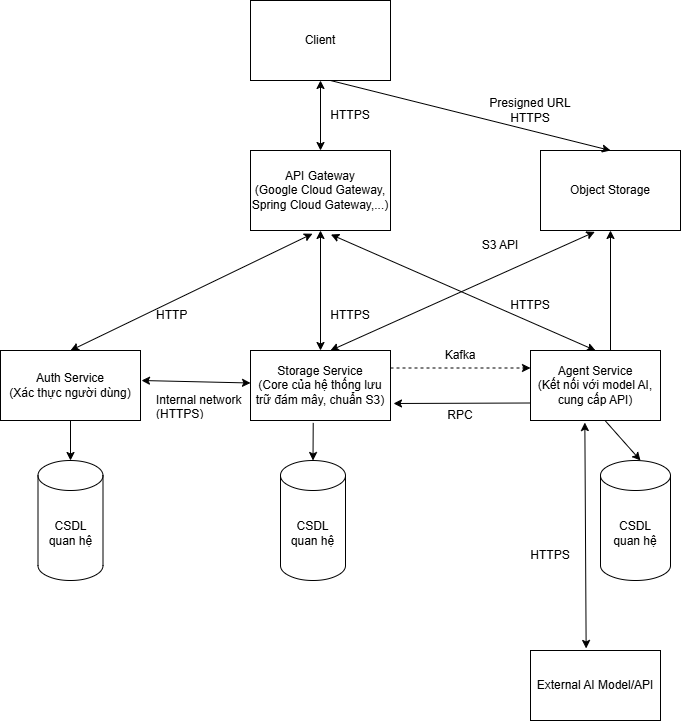
Earlier version of the draw.io export docs/system_architecture.drawio.png (taihb2005/agentic-cloud). Source tidied: cells renumbered, new cells last; positions are measured from the earlier drawing's top-left corner, leaving out a move shared by most shapes.
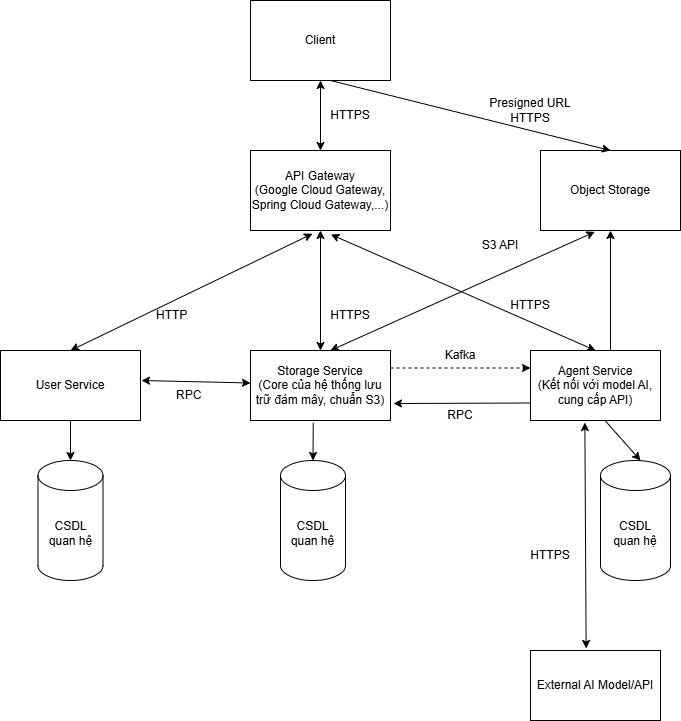
The same diagram one commit later.

Change to the diagram source:
```diff
@@ -8,7 +8,7 @@
     <mxCell id="3" value="API Gateway&lt;div&gt;(Google Cloud Gateway, Spring Cloud Gateway,...)&lt;/div&gt;" style="rounded=0;whiteSpace=wrap;html=1;" parent="1" vertex="1">
       <mxGeometry x="250" y="150" width="140" height="80" as="geometry" />
     </mxCell>
-    <mxCell id="4" value="Auth Service&lt;div&gt;(Xác thực người dùng)&lt;/div&gt;" style="rounded=0;whiteSpace=wrap;html=1;" parent="1" vertex="1">
+    <mxCell id="4" value="User Service" style="rounded=0;whiteSpace=wrap;html=1;" parent="1" vertex="1">
       <mxGeometry y="350" width="140" height="70" as="geometry" />
     </mxCell>
     <mxCell id="5" value="Storage Service&lt;div&gt;(Core của hệ thống lưu trữ đám mây, chuẩn S3)&lt;/div&gt;" style="rounded=0;whiteSpace=wrap;html=1;" parent="1" vertex="1">
@@ -70,8 +70,8 @@
         <mxPoint x="250" y="382.5" as="targetPoint" />
       </mxGeometry>
     </mxCell>
-    <mxCell id="22" value="Internal network (HTTPS)" style="text;strokeColor=none;fillColor=none;align=left;verticalAlign=middle;spacingLeft=4;spacingRight=4;overflow=hidden;whiteSpace=wrap;html=1;" parent="1" vertex="1">
-      <mxGeometry x="150" y="390" width="100" height="30" as="geometry" />
+    <mxCell id="22" value="RPC" style="text;strokeColor=none;fillColor=none;align=left;verticalAlign=middle;spacingLeft=4;spacingRight=4;overflow=hidden;whiteSpace=wrap;html=1;" parent="1" vertex="1">
+      <mxGeometry x="170" y="380" width="100" height="30" as="geometry" />
     </mxCell>
     <mxCell id="23" value="CSDL&lt;br&gt;quan hệ" style="shape=cylinder3;whiteSpace=wrap;html=1;boundedLbl=1;backgroundOutline=1;size=15;" parent="1" vertex="1">
       <mxGeometry x="280" y="460" width="65" height="120" as="geometry" />
```
